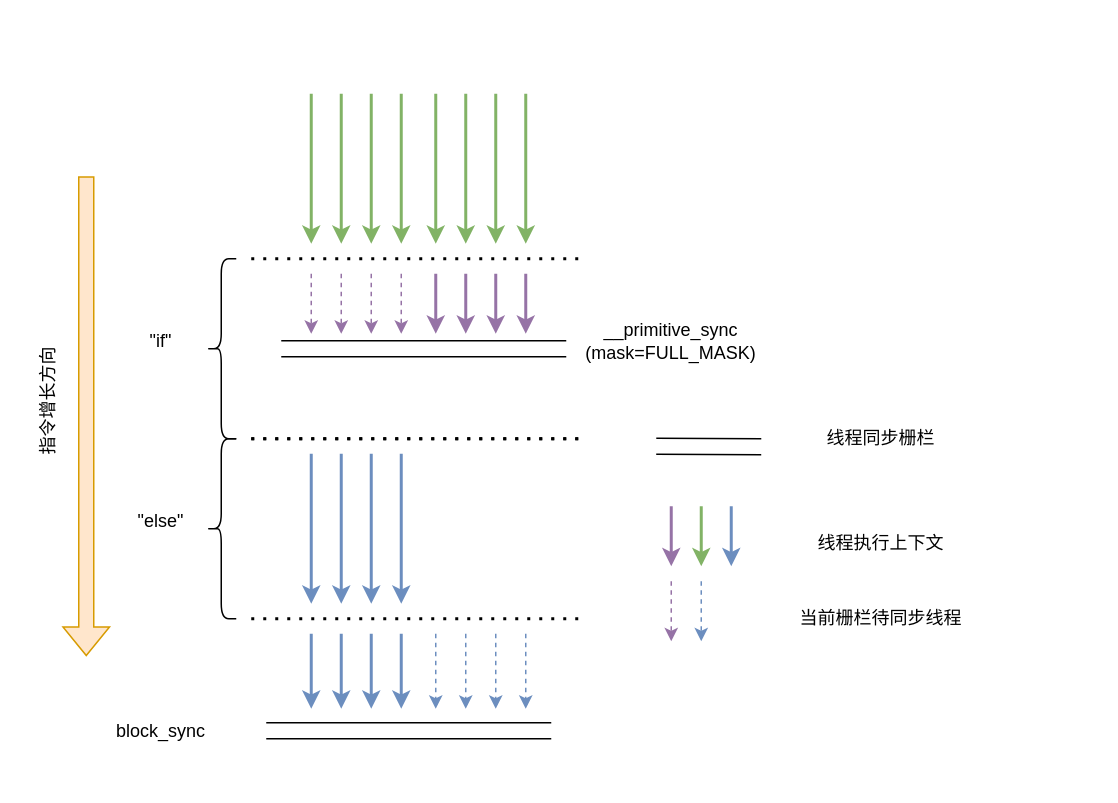
Earlier version of the draw.io diagram warp-divergence.drawio (spaceboy202105/img). Source tidied: cells renumbered, new cells numbered last; positions are measured from the earlier drawing's top-left corner, leaving out a move shared by most shapes. Both pictures are drawn from the tidied source at 150%, with x=0, y=0 at pixel (-50, 93).
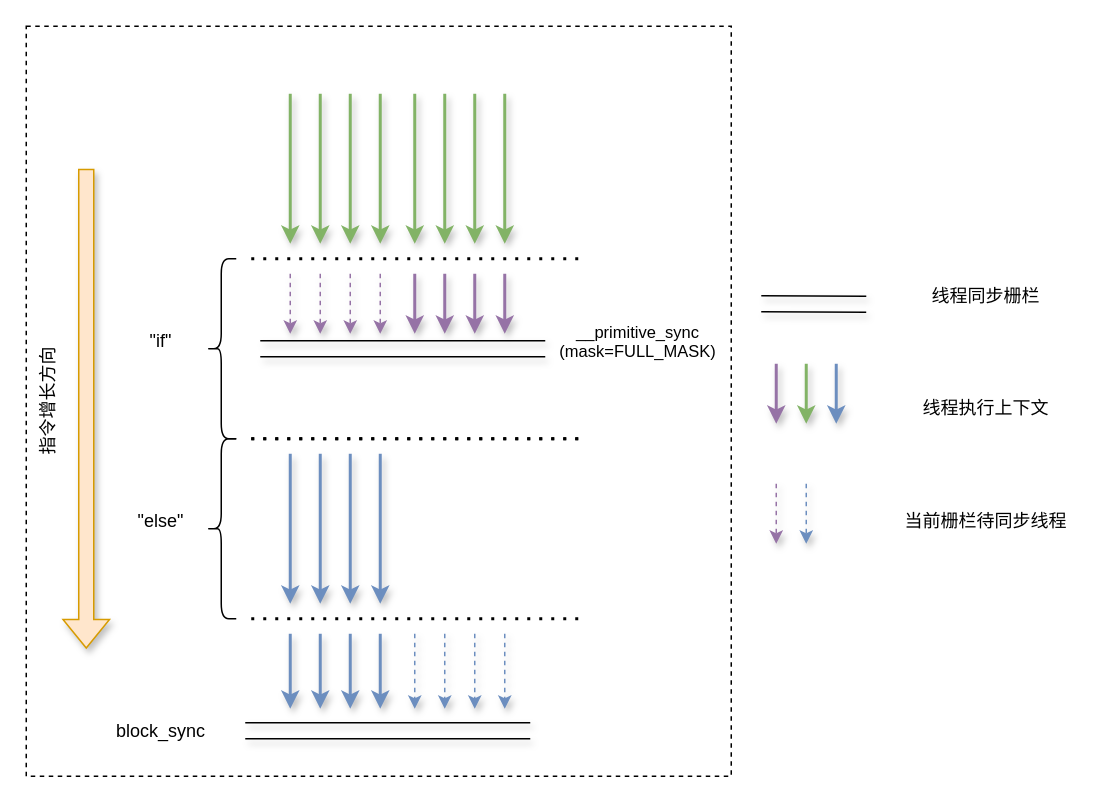
The same page after the edit.

What changed in the source:
```diff
@@
+    <mxCell id="53" style="rounded=0;whiteSpace=wrap;html=1;fillColor=none;dashed=1;shadow=0;glass=0;" parent="1" vertex="1">
+      <mxGeometry x="50" y="-45" width="470" height="500" as="geometry" />
+    </mxCell>
-    <mxCell id="2" style="endArrow=classic;html=1;rounded=0;strokeWidth=2;fillColor=#d5e8d4;strokeColor=#82b366;" parent="1" edge="1">
+    <mxCell id="2" style="endArrow=classic;html=1;rounded=0;strokeWidth=2;fillColor=#d5e8d4;strokeColor=#82b366;flowAnimation=0;shadow=1;" parent="1" edge="1">
       <mxGeometry relative="1" as="geometry">
-        <mxPoint x="240" as="sourcePoint" />
-        <mxPoint x="240" y="100" as="targetPoint" />
+        <mxPoint x="226" as="sourcePoint" />
+        <mxPoint x="226" y="100" as="targetPoint" />
       </mxGeometry>
     </mxCell>
-    <mxCell id="3" style="endArrow=classic;html=1;rounded=0;strokeWidth=2;fillColor=#d5e8d4;strokeColor=#82b366;" parent="1" edge="1">
+    <mxCell id="3" style="endArrow=classic;html=1;rounded=0;strokeWidth=2;fillColor=#d5e8d4;strokeColor=#82b366;flowAnimation=0;shadow=1;" parent="1" edge="1">
       <mxGeometry relative="1" as="geometry">
-        <mxPoint x="260" as="sourcePoint" />
-        <mxPoint x="260" y="100" as="targetPoint" />
+        <mxPoint x="246" as="sourcePoint" />
+        <mxPoint x="246" y="100" as="targetPoint" />
       </mxGeometry>
     </mxCell>
-    <mxCell id="4" style="endArrow=classic;html=1;rounded=0;strokeWidth=2;fillColor=#d5e8d4;strokeColor=#82b366;" parent="1" edge="1">
+    <mxCell id="4" style="endArrow=classic;html=1;rounded=0;strokeWidth=2;fillColor=#d5e8d4;strokeColor=#82b366;flowAnimation=0;shadow=1;" parent="1" edge="1">
       <mxGeometry relative="1" as="geometry">
-        <mxPoint x="280" as="sourcePoint" />
-        <mxPoint x="280" y="100" as="targetPoint" />
+        <mxPoint x="266" as="sourcePoint" />
+        <mxPoint x="266" y="100" as="targetPoint" />
       </mxGeometry>
     </mxCell>
-    <mxCell id="5" style="endArrow=classic;html=1;rounded=0;strokeWidth=2;fillColor=#d5e8d4;strokeColor=#82b366;" parent="1" edge="1">
+    <mxCell id="5" style="endArrow=classic;html=1;rounded=0;strokeWidth=2;fillColor=#d5e8d4;strokeColor=#82b366;flowAnimation=0;shadow=1;" parent="1" edge="1">
       <mxGeometry relative="1" as="geometry">
-        <mxPoint x="300" as="sourcePoint" />
-        <mxPoint x="300" y="100" as="targetPoint" />
+        <mxPoint x="286" as="sourcePoint" />
+        <mxPoint x="286" y="100" as="targetPoint" />
       </mxGeometry>
     </mxCell>
-    <mxCell id="6" style="endArrow=classic;html=1;rounded=0;strokeWidth=2;fillColor=#d5e8d4;strokeColor=#82b366;" parent="1" edge="1">
+    <mxCell id="6" style="endArrow=classic;html=1;rounded=0;strokeWidth=2;fillColor=#d5e8d4;strokeColor=#82b366;flowAnimation=0;shadow=1;" parent="1" edge="1">
       <mxGeometry relative="1" as="geometry">
-        <mxPoint x="323" as="sourcePoint" />
-        <mxPoint x="323" y="100" as="targetPoint" />
+        <mxPoint x="309" as="sourcePoint" />
+        <mxPoint x="309" y="100" as="targetPoint" />
       </mxGeometry>
     </mxCell>
-    <mxCell id="7" style="endArrow=classic;html=1;rounded=0;strokeWidth=2;fillColor=#d5e8d4;strokeColor=#82b366;" parent="1" edge="1">
+    <mxCell id="7" style="endArrow=classic;html=1;rounded=0;strokeWidth=2;fillColor=#d5e8d4;strokeColor=#82b366;flowAnimation=0;shadow=1;" parent="1" edge="1">
       <mxGeometry relative="1" as="geometry">
-        <mxPoint x="343" as="sourcePoint" />
-        <mxPoint x="343" y="100" as="targetPoint" />
+        <mxPoint x="329" as="sourcePoint" />
+        <mxPoint x="329" y="100" as="targetPoint" />
       </mxGeometry>
     </mxCell>
-    <mxCell id="8" style="endArrow=classic;html=1;rounded=0;strokeWidth=2;fillColor=#d5e8d4;strokeColor=#82b366;" parent="1" edge="1">
+    <mxCell id="8" style="endArrow=classic;html=1;rounded=0;strokeWidth=2;fillColor=#d5e8d4;strokeColor=#82b366;flowAnimation=0;shadow=1;" parent="1" edge="1">
       <mxGeometry relative="1" as="geometry">
-        <mxPoint x="363" as="sourcePoint" />
-        <mxPoint x="363" y="100" as="targetPoint" />
+        <mxPoint x="349" as="sourcePoint" />
+        <mxPoint x="349" y="100" as="targetPoint" />
       </mxGeometry>
     </mxCell>
-    <mxCell id="9" style="endArrow=classic;html=1;rounded=0;strokeWidth=2;fillColor=#d5e8d4;strokeColor=#82b366;" parent="1" edge="1">
+    <mxCell id="9" style="endArrow=classic;html=1;rounded=0;strokeWidth=2;fillColor=#d5e8d4;strokeColor=#82b366;flowAnimation=0;shadow=1;" parent="1" edge="1">
       <mxGeometry relative="1" as="geometry">
-        <mxPoint x="383" as="sourcePoint" />
-        <mxPoint x="383" y="100" as="targetPoint" />
+        <mxPoint x="369" as="sourcePoint" />
+        <mxPoint x="369" y="100" as="targetPoint" />
       </mxGeometry>
     </mxCell>
@@
-    <mxCell id="11" value="__primitive_sync&lt;div&gt;(mask=FULL_MASK)&lt;/div&gt;" style="text;html=1;align=center;verticalAlign=middle;whiteSpace=wrap;rounded=0;" parent="1" vertex="1">
-      <mxGeometry x="430" y="150" width="100" height="30" as="geometry" />
+    <mxCell id="11" value="&lt;font style=&quot;font-size: 11px;&quot;&gt;__primitive_sync&lt;/font&gt;&lt;div style=&quot;font-size: 11px;&quot;&gt;&lt;font style=&quot;font-size: 11px;&quot;&gt;(mask=FULL_MASK)&lt;/font&gt;&lt;/div&gt;" style="text;html=1;align=center;verticalAlign=middle;whiteSpace=wrap;rounded=0;" parent="1" vertex="1">
+      <mxGeometry x="408" y="150" width="100" height="30" as="geometry" />
     </mxCell>
@@
-    <mxCell id="15" style="endArrow=classic;html=1;rounded=0;strokeWidth=2;fillColor=#e1d5e7;strokeColor=#9673a6;" parent="1" edge="1">
+    <mxCell id="15" style="endArrow=classic;html=1;rounded=0;strokeWidth=2;fillColor=#e1d5e7;strokeColor=#9673a6;flowAnimation=0;shadow=1;" parent="1" edge="1">
       <mxGeometry relative="1" as="geometry">
-        <mxPoint x="323" y="120" as="sourcePoint" />
-        <mxPoint x="323" y="160" as="targetPoint" />
+        <mxPoint x="309" y="120" as="sourcePoint" />
+        <mxPoint x="309" y="160" as="targetPoint" />
       </mxGeometry>
     </mxCell>
-    <mxCell id="16" style="endArrow=classic;html=1;rounded=0;strokeWidth=2;fillColor=#e1d5e7;strokeColor=#9673a6;" parent="1" edge="1">
+    <mxCell id="16" style="endArrow=classic;html=1;rounded=0;strokeWidth=2;fillColor=#e1d5e7;strokeColor=#9673a6;flowAnimation=0;shadow=1;" parent="1" edge="1">
       <mxGeometry relative="1" as="geometry">
-        <mxPoint x="343" y="120" as="sourcePoint" />
-        <mxPoint x="343" y="160" as="targetPoint" />
+        <mxPoint x="329" y="120" as="sourcePoint" />
+        <mxPoint x="329" y="160" as="targetPoint" />
       </mxGeometry>
     </mxCell>
-    <mxCell id="17" style="endArrow=classic;html=1;rounded=0;strokeWidth=2;fillColor=#e1d5e7;strokeColor=#9673a6;" parent="1" edge="1">
+    <mxCell id="17" style="endArrow=classic;html=1;rounded=0;strokeWidth=2;fillColor=#e1d5e7;strokeColor=#9673a6;flowAnimation=0;shadow=1;" parent="1" edge="1">
       <mxGeometry relative="1" as="geometry">
-        <mxPoint x="363" y="120" as="sourcePoint" />
-        <mxPoint x="363" y="160" as="targetPoint" />
+        <mxPoint x="349" y="120" as="sourcePoint" />
+        <mxPoint x="349" y="160" as="targetPoint" />
       </mxGeometry>
     </mxCell>
-    <mxCell id="18" style="endArrow=classic;html=1;rounded=0;strokeWidth=2;fillColor=#e1d5e7;strokeColor=#9673a6;" parent="1" edge="1">
+    <mxCell id="18" style="endArrow=classic;html=1;rounded=0;strokeWidth=2;fillColor=#e1d5e7;strokeColor=#9673a6;flowAnimation=0;shadow=1;" parent="1" edge="1">
       <mxGeometry relative="1" as="geometry">
-        <mxPoint x="383" y="120" as="sourcePoint" />
-        <mxPoint x="383" y="160" as="targetPoint" />
+        <mxPoint x="369" y="120" as="sourcePoint" />
+        <mxPoint x="369" y="160" as="targetPoint" />
       </mxGeometry>
     </mxCell>
-    <mxCell id="19" style="shape=link;html=1;rounded=0;width=10.571428571428573;" parent="1" edge="1">
+    <mxCell id="19" style="shape=link;html=1;rounded=0;width=10.571428571428573;shadow=1;" parent="1" edge="1">
       <mxGeometry relative="1" as="geometry">
-        <mxPoint x="220" y="170" as="sourcePoint" />
-        <mxPoint x="410" y="170" as="targetPoint" />
+        <mxPoint x="206" y="170" as="sourcePoint" />
+        <mxPoint x="396" y="170" as="targetPoint" />
       </mxGeometry>
     </mxCell>
-    <mxCell id="20" style="endArrow=classic;html=1;rounded=0;strokeWidth=1;fillColor=#e1d5e7;strokeColor=#9673a6;dashed=1;" parent="1" edge="1">
+    <mxCell id="20" style="endArrow=classic;html=1;rounded=0;strokeWidth=1;fillColor=#e1d5e7;strokeColor=#9673a6;dashed=1;flowAnimation=0;shadow=1;" parent="1" edge="1">
       <mxGeometry relative="1" as="geometry">
-        <mxPoint x="240" y="120" as="sourcePoint" />
-        <mxPoint x="240" y="160" as="targetPoint" />
+        <mxPoint x="226" y="120" as="sourcePoint" />
+        <mxPoint x="226" y="160" as="targetPoint" />
       </mxGeometry>
     </mxCell>
-    <mxCell id="21" style="endArrow=classic;html=1;rounded=0;strokeWidth=1;fillColor=#e1d5e7;strokeColor=#9673a6;dashed=1;" parent="1" edge="1">
+    <mxCell id="21" style="endArrow=classic;html=1;rounded=0;strokeWidth=1;fillColor=#e1d5e7;strokeColor=#9673a6;dashed=1;flowAnimation=0;shadow=1;" parent="1" edge="1">
       <mxGeometry relative="1" as="geometry">
-        <mxPoint x="260" y="120" as="sourcePoint" />
-        <mxPoint x="260" y="160" as="targetPoint" />
+        <mxPoint x="246" y="120" as="sourcePoint" />
+        <mxPoint x="246" y="160" as="targetPoint" />
       </mxGeometry>
     </mxCell>
-    <mxCell id="22" style="endArrow=classic;html=1;rounded=0;strokeWidth=1;fillColor=#e1d5e7;strokeColor=#9673a6;dashed=1;" parent="1" edge="1">
+    <mxCell id="22" style="endArrow=classic;html=1;rounded=0;strokeWidth=1;fillColor=#e1d5e7;strokeColor=#9673a6;dashed=1;flowAnimation=0;shadow=1;" parent="1" edge="1">
       <mxGeometry relative="1" as="geometry">
-        <mxPoint x="280" y="120" as="sourcePoint" />
-        <mxPoint x="280" y="160" as="targetPoint" />
+        <mxPoint x="266" y="120" as="sourcePoint" />
+        <mxPoint x="266" y="160" as="targetPoint" />
       </mxGeometry>
     </mxCell>
-    <mxCell id="23" style="endArrow=classic;html=1;rounded=0;strokeWidth=1;fillColor=#e1d5e7;strokeColor=#9673a6;dashed=1;" parent="1" edge="1">
+    <mxCell id="23" style="endArrow=classic;html=1;rounded=0;strokeWidth=1;fillColor=#e1d5e7;strokeColor=#9673a6;dashed=1;flowAnimation=0;shadow=1;" parent="1" edge="1">
       <mxGeometry relative="1" as="geometry">
-        <mxPoint x="300" y="120" as="sourcePoint" />
-        <mxPoint x="300" y="160" as="targetPoint" />
+        <mxPoint x="286" y="120" as="sourcePoint" />
+        <mxPoint x="286" y="160" as="targetPoint" />
       </mxGeometry>
     </mxCell>
@@
-    <mxCell id="28" style="endArrow=classic;html=1;rounded=0;strokeWidth=2;fillColor=#dae8fc;strokeColor=#6c8ebf;" parent="1" edge="1">
+    <mxCell id="28" style="endArrow=classic;html=1;rounded=0;strokeWidth=2;fillColor=#dae8fc;strokeColor=#6c8ebf;shadow=1;" parent="1" edge="1">
       <mxGeometry relative="1" as="geometry">
-        <mxPoint x="240" y="240" as="sourcePoint" />
-        <mxPoint x="240" y="340" as="targetPoint" />
+        <mxPoint x="226" y="240" as="sourcePoint" />
+        <mxPoint x="226" y="340" as="targetPoint" />
       </mxGeometry>
     </mxCell>
-    <mxCell id="29" style="endArrow=classic;html=1;rounded=0;strokeWidth=2;fillColor=#dae8fc;strokeColor=#6c8ebf;" parent="1" edge="1">
+    <mxCell id="29" style="endArrow=classic;html=1;rounded=0;strokeWidth=2;fillColor=#dae8fc;strokeColor=#6c8ebf;shadow=1;" parent="1" edge="1">
       <mxGeometry relative="1" as="geometry">
-        <mxPoint x="260" y="240" as="sourcePoint" />
-        <mxPoint x="260" y="340" as="targetPoint" />
+        <mxPoint x="246" y="240" as="sourcePoint" />
+        <mxPoint x="246" y="340" as="targetPoint" />
       </mxGeometry>
     </mxCell>
-    <mxCell id="30" style="endArrow=classic;html=1;rounded=0;strokeWidth=2;fillColor=#dae8fc;strokeColor=#6c8ebf;" parent="1" edge="1">
+    <mxCell id="30" style="endArrow=classic;html=1;rounded=0;strokeWidth=2;fillColor=#dae8fc;strokeColor=#6c8ebf;shadow=1;" parent="1" edge="1">
       <mxGeometry relative="1" as="geometry">
-        <mxPoint x="280" y="240" as="sourcePoint" />
-        <mxPoint x="280" y="340" as="targetPoint" />
+        <mxPoint x="266" y="240" as="sourcePoint" />
+        <mxPoint x="266" y="340" as="targetPoint" />
       </mxGeometry>
     </mxCell>
-    <mxCell id="31" style="endArrow=classic;html=1;rounded=0;strokeWidth=2;fillColor=#dae8fc;strokeColor=#6c8ebf;" parent="1" edge="1">
+    <mxCell id="31" style="endArrow=classic;html=1;rounded=0;strokeWidth=2;fillColor=#dae8fc;strokeColor=#6c8ebf;shadow=1;" parent="1" edge="1">
       <mxGeometry relative="1" as="geometry">
-        <mxPoint x="300" y="240" as="sourcePoint" />
-        <mxPoint x="300" y="340" as="targetPoint" />
+        <mxPoint x="286" y="240" as="sourcePoint" />
+        <mxPoint x="286" y="340" as="targetPoint" />
       </mxGeometry>
     </mxCell>
@@
-    <mxCell id="33" style="shape=link;html=1;rounded=0;width=10.571428571428573;" parent="1" edge="1">
+    <mxCell id="33" style="shape=link;html=1;rounded=0;width=10.571428571428573;shadow=1;" parent="1" edge="1">
       <mxGeometry relative="1" as="geometry">
-        <mxPoint x="210" y="424.7" as="sourcePoint" />
-        <mxPoint x="400" y="424.7" as="targetPoint" />
+        <mxPoint x="196" y="424.7" as="sourcePoint" />
+        <mxPoint x="386" y="424.7" as="targetPoint" />
       </mxGeometry>
     </mxCell>
-    <mxCell id="34" style="endArrow=classic;html=1;rounded=0;strokeWidth=2;fillColor=#dae8fc;strokeColor=#6c8ebf;" parent="1" edge="1">
+    <mxCell id="34" style="endArrow=classic;html=1;rounded=0;strokeWidth=2;fillColor=#dae8fc;strokeColor=#6c8ebf;shadow=1;" parent="1" edge="1">
       <mxGeometry relative="1" as="geometry">
-        <mxPoint x="240" y="360" as="sourcePoint" />
-        <mxPoint x="240" y="410" as="targetPoint" />
+        <mxPoint x="226" y="360" as="sourcePoint" />
+        <mxPoint x="226" y="410" as="targetPoint" />
       </mxGeometry>
     </mxCell>
-    <mxCell id="35" style="endArrow=classic;html=1;rounded=0;strokeWidth=2;fillColor=#dae8fc;strokeColor=#6c8ebf;" parent="1" edge="1">
+    <mxCell id="35" style="endArrow=classic;html=1;rounded=0;strokeWidth=2;fillColor=#dae8fc;strokeColor=#6c8ebf;shadow=1;" parent="1" edge="1">
       <mxGeometry relative="1" as="geometry">
-        <mxPoint x="260" y="360" as="sourcePoint" />
-        <mxPoint x="260" y="410" as="targetPoint" />
+        <mxPoint x="246" y="360" as="sourcePoint" />
+        <mxPoint x="246" y="410" as="targetPoint" />
       </mxGeometry>
     </mxCell>
-    <mxCell id="36" style="endArrow=classic;html=1;rounded=0;strokeWidth=2;fillColor=#dae8fc;strokeColor=#6c8ebf;" parent="1" edge="1">
+    <mxCell id="36" style="endArrow=classic;html=1;rounded=0;strokeWidth=2;fillColor=#dae8fc;strokeColor=#6c8ebf;shadow=1;" parent="1" edge="1">
       <mxGeometry relative="1" as="geometry">
-        <mxPoint x="280" y="360" as="sourcePoint" />
-        <mxPoint x="280" y="410" as="targetPoint" />
+        <mxPoint x="266" y="360" as="sourcePoint" />
+        <mxPoint x="266" y="410" as="targetPoint" />
       </mxGeometry>
     </mxCell>
-    <mxCell id="37" style="endArrow=classic;html=1;rounded=0;strokeWidth=2;fillColor=#dae8fc;strokeColor=#6c8ebf;" parent="1" edge="1">
+    <mxCell id="37" style="endArrow=classic;html=1;rounded=0;strokeWidth=2;fillColor=#dae8fc;strokeColor=#6c8ebf;shadow=1;" parent="1" edge="1">
       <mxGeometry relative="1" as="geometry">
-        <mxPoint x="300" y="360" as="sourcePoint" />
-        <mxPoint x="300" y="410" as="targetPoint" />
+        <mxPoint x="286" y="360" as="sourcePoint" />
+        <mxPoint x="286" y="410" as="targetPoint" />
       </mxGeometry>
     </mxCell>
-    <mxCell id="38" style="endArrow=classic;html=1;rounded=0;strokeWidth=1;fillColor=#dae8fc;strokeColor=#6c8ebf;dashed=1;" parent="1" edge="1">
+    <mxCell id="38" style="endArrow=classic;html=1;rounded=0;strokeWidth=1;fillColor=#dae8fc;strokeColor=#6c8ebf;dashed=1;shadow=1;" parent="1" edge="1">
       <mxGeometry relative="1" as="geometry">
-        <mxPoint x="500" y="325" as="sourcePoint" />
-        <mxPoint x="500" y="365" as="targetPoint" />
+        <mxPoint x="570" y="260" as="sourcePoint" />
+        <mxPoint x="570" y="300" as="targetPoint" />
       </mxGeometry>
     </mxCell>
-    <mxCell id="39" style="endArrow=classic;html=1;rounded=0;strokeWidth=1;fillColor=#dae8fc;strokeColor=#6c8ebf;dashed=1;" parent="1" edge="1">
+    <mxCell id="39" style="endArrow=classic;html=1;rounded=0;strokeWidth=1;fillColor=#dae8fc;strokeColor=#6c8ebf;dashed=1;shadow=1;" parent="1" edge="1">
       <mxGeometry relative="1" as="geometry">
-        <mxPoint x="343" y="360" as="sourcePoint" />
-        <mxPoint x="343" y="410" as="targetPoint" />
+        <mxPoint x="329" y="360" as="sourcePoint" />
+        <mxPoint x="329" y="410" as="targetPoint" />
       </mxGeometry>
     </mxCell>
-    <mxCell id="40" style="endArrow=classic;html=1;rounded=0;strokeWidth=1;fillColor=#dae8fc;strokeColor=#6c8ebf;dashed=1;" parent="1" edge="1">
+    <mxCell id="40" style="endArrow=classic;html=1;rounded=0;strokeWidth=1;fillColor=#dae8fc;strokeColor=#6c8ebf;dashed=1;shadow=1;" parent="1" edge="1">
       <mxGeometry relative="1" as="geometry">
-        <mxPoint x="363" y="360" as="sourcePoint" />
-        <mxPoint x="363" y="410" as="targetPoint" />
+        <mxPoint x="349" y="360" as="sourcePoint" />
+        <mxPoint x="349" y="410" as="targetPoint" />
       </mxGeometry>
     </mxCell>
-    <mxCell id="41" style="endArrow=classic;html=1;rounded=0;strokeWidth=1;fillColor=#dae8fc;strokeColor=#6c8ebf;dashed=1;" parent="1" edge="1">
+    <mxCell id="41" style="endArrow=classic;html=1;rounded=0;strokeWidth=1;fillColor=#dae8fc;strokeColor=#6c8ebf;dashed=1;shadow=1;" parent="1" edge="1">
       <mxGeometry relative="1" as="geometry">
-        <mxPoint x="383" y="360" as="sourcePoint" />
-        <mxPoint x="383" y="410" as="targetPoint" />
+        <mxPoint x="369" y="360" as="sourcePoint" />
+        <mxPoint x="369" y="410" as="targetPoint" />
       </mxGeometry>
     </mxCell>
-    <mxCell id="42" style="shape=flexArrow;endArrow=classic;html=1;rounded=0;fillColor=#ffe6cc;strokeColor=#d79b00;" parent="1" edge="1">
+    <mxCell id="42" style="shape=flexArrow;endArrow=classic;html=1;rounded=0;fillColor=#ffe6cc;strokeColor=#d79b00;shadow=1;" parent="1" edge="1">
       <mxGeometry relative="1" as="geometry">
-        <mxPoint x="90" y="55" as="sourcePoint" />
-        <mxPoint x="90" y="375" as="targetPoint" />
+        <mxPoint x="90" y="50" as="sourcePoint" />
+        <mxPoint x="90" y="370" as="targetPoint" />
       </mxGeometry>
     </mxCell>
@@
-    <mxCell id="44" style="shape=link;html=1;rounded=0;width=10.571428571428573;" parent="1" edge="1">
+    <mxCell id="44" style="shape=link;html=1;rounded=0;width=10.571428571428573;shadow=1;" parent="1" edge="1">
       <mxGeometry relative="1" as="geometry">
-        <mxPoint x="470" y="235" as="sourcePoint" />
-        <mxPoint x="540" y="235.3" as="targetPoint" />
+        <mxPoint x="540" y="140" as="sourcePoint" />
+        <mxPoint x="610" y="140.3" as="targetPoint" />
       </mxGeometry>
     </mxCell>
     <mxCell id="45" value="线程同步栅栏" style="text;html=1;align=center;verticalAlign=middle;whiteSpace=wrap;rounded=0;" parent="1" vertex="1">
-      <mxGeometry x="550" y="215" width="140" height="30" as="geometry" />
+      <mxGeometry x="620" y="120" width="140" height="30" as="geometry" />
     </mxCell>
-    <mxCell id="46" style="endArrow=classic;html=1;rounded=0;strokeWidth=2;fillColor=#e1d5e7;strokeColor=#9673a6;" parent="1" edge="1">
+    <mxCell id="46" style="endArrow=classic;html=1;rounded=0;strokeWidth=2;fillColor=#e1d5e7;strokeColor=#9673a6;shadow=1;" parent="1" edge="1">
       <mxGeometry relative="1" as="geometry">
-        <mxPoint x="480" y="275" as="sourcePoint" />
-        <mxPoint x="480" y="315" as="targetPoint" />
+        <mxPoint x="550" y="180" as="sourcePoint" />
+        <mxPoint x="550" y="220" as="targetPoint" />
       </mxGeometry>
     </mxCell>
-    <mxCell id="47" style="endArrow=classic;html=1;rounded=0;strokeWidth=2;fillColor=#d5e8d4;strokeColor=#82b366;" parent="1" edge="1">
+    <mxCell id="47" style="endArrow=classic;html=1;rounded=0;strokeWidth=2;fillColor=#d5e8d4;strokeColor=#82b366;shadow=1;" parent="1" edge="1">
       <mxGeometry relative="1" as="geometry">
-        <mxPoint x="500" y="275" as="sourcePoint" />
-        <mxPoint x="500" y="315" as="targetPoint" />
+        <mxPoint x="570" y="180" as="sourcePoint" />
+        <mxPoint x="570" y="220" as="targetPoint" />
       </mxGeometry>
     </mxCell>
-    <mxCell id="48" style="endArrow=classic;html=1;rounded=0;strokeWidth=2;fillColor=#dae8fc;strokeColor=#6c8ebf;" parent="1" edge="1">
+    <mxCell id="48" style="endArrow=classic;html=1;rounded=0;strokeWidth=2;fillColor=#dae8fc;strokeColor=#6c8ebf;shadow=1;" parent="1" edge="1">
       <mxGeometry relative="1" as="geometry">
-        <mxPoint x="520" y="275" as="sourcePoint" />
-        <mxPoint x="520" y="315" as="targetPoint" />
+        <mxPoint x="590" y="180" as="sourcePoint" />
+        <mxPoint x="590" y="220" as="targetPoint" />
       </mxGeometry>
     </mxCell>
     <mxCell id="49" value="线程执行上下文" style="text;html=1;align=center;verticalAlign=middle;whiteSpace=wrap;rounded=0;" parent="1" vertex="1">
-      <mxGeometry x="550" y="285" width="140" height="30" as="geometry" />
+      <mxGeometry x="620" y="195" width="140" height="30" as="geometry" />
     </mxCell>
-    <mxCell id="50" style="endArrow=classic;html=1;rounded=0;strokeWidth=1;fillColor=#e1d5e7;strokeColor=#9673a6;dashed=1;" parent="1" edge="1">
+    <mxCell id="50" style="endArrow=classic;html=1;rounded=0;strokeWidth=1;fillColor=#e1d5e7;strokeColor=#9673a6;dashed=1;shadow=1;" parent="1" edge="1">
       <mxGeometry relative="1" as="geometry">
-        <mxPoint x="480" y="325" as="sourcePoint" />
-        <mxPoint x="480" y="365" as="targetPoint" />
+        <mxPoint x="550" y="260" as="sourcePoint" />
+        <mxPoint x="550" y="300" as="targetPoint" />
       </mxGeometry>
     </mxCell>
     <mxCell id="51" value="当前栅栏待同步线程" style="text;html=1;align=center;verticalAlign=middle;whiteSpace=wrap;rounded=0;" parent="1" vertex="1">
-      <mxGeometry x="550" y="335" width="140" height="30" as="geometry" />
+      <mxGeometry x="620" y="270" width="140" height="30" as="geometry" />
     </mxCell>
-    <mxCell id="52" style="endArrow=classic;html=1;rounded=0;strokeWidth=1;fillColor=#dae8fc;strokeColor=#6c8ebf;dashed=1;" parent="1" edge="1">
+    <mxCell id="52" style="endArrow=classic;html=1;rounded=0;strokeWidth=1;fillColor=#dae8fc;strokeColor=#6c8ebf;dashed=1;shadow=1;" parent="1" edge="1">
       <mxGeometry relative="1" as="geometry">
-        <mxPoint x="323" y="360" as="sourcePoint" />
-        <mxPoint x="323" y="410" as="targetPoint" />
+        <mxPoint x="309" y="360" as="sourcePoint" />
+        <mxPoint x="309" y="410" as="targetPoint" />
       </mxGeometry>
     </mxCell>
```
